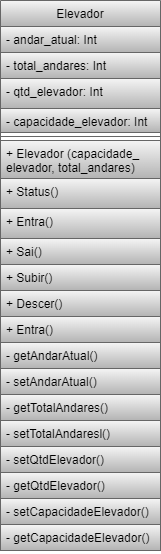
Before: Atvd.2 Predio/src/main/java/com/mycompany/predio/Diagrama Elevador.png, a diagram exported from draw.io (GSouzzaDev/ARCO-DE-TREINAMENTO-POOJAVA-2024.1-ADS-UFRN.). Source tidied: cells renumbered, new cells last; positions are measured from the earlier drawing's top-left corner, leaving out a move shared by most shapes.
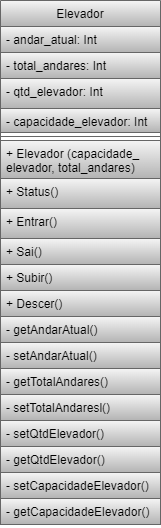
After the change.

The edit, as a diff of the source:
```diff
@@ -3,7 +3,7 @@
     <mxCell id="0" />
     <mxCell id="1" parent="0" />
     <mxCell id="2" value="Elevador" style="swimlane;fontStyle=0;align=center;verticalAlign=top;horizontal=1;startSize=26;rounded=0;shadow=0;strokeWidth=1;fillColor=#f5f5f5;strokeColor=#666666;gradientColor=#b3b3b3;" parent="1" vertex="1">
-      <mxGeometry width="160" height="550" as="geometry" />
+      <mxGeometry width="160" height="524" as="geometry" />
     </mxCell>
     <mxCell id="3" value="- andar_atual: Int" style="text;align=left;verticalAlign=top;spacingLeft=4;spacingRight=4;overflow=hidden;fillColor=#f5f5f5;gradientColor=#b3b3b3;strokeColor=#666666;" parent="2" vertex="1">
       <mxGeometry y="26" width="160" height="26" as="geometry" />
@@ -26,7 +26,7 @@
     <mxCell id="9" value="+ Status()" style="text;align=left;verticalAlign=top;spacingLeft=4;spacingRight=4;overflow=hidden;fillColor=#f5f5f5;gradientColor=#b3b3b3;strokeColor=#666666;" parent="2" vertex="1">
       <mxGeometry y="178" width="160" height="30" as="geometry" />
     </mxCell>
-    <mxCell id="10" value="+ Entra()" style="text;align=left;verticalAlign=top;spacingLeft=4;spacingRight=4;overflow=hidden;fillColor=#f5f5f5;gradientColor=#b3b3b3;strokeColor=#666666;" parent="2" vertex="1">
+    <mxCell id="10" value="+ Entrar()" style="text;align=left;verticalAlign=top;spacingLeft=4;spacingRight=4;overflow=hidden;fillColor=#f5f5f5;gradientColor=#b3b3b3;strokeColor=#666666;" parent="2" vertex="1">
       <mxGeometry y="208" width="160" height="30" as="geometry" />
     </mxCell>
     <mxCell id="11" value="+ Sai()" style="text;align=left;verticalAlign=top;spacingLeft=4;spacingRight=4;overflow=hidden;fillColor=#f5f5f5;gradientColor=#b3b3b3;strokeColor=#666666;" parent="2" vertex="1">
@@ -38,32 +38,29 @@
     <mxCell id="13" value="+ Descer()" style="text;align=left;verticalAlign=top;spacingLeft=4;spacingRight=4;overflow=hidden;fillColor=#f5f5f5;gradientColor=#b3b3b3;strokeColor=#666666;" parent="2" vertex="1">
       <mxGeometry y="290" width="160" height="26" as="geometry" />
     </mxCell>
-    <mxCell id="14" value="+ Entra()" style="text;align=left;verticalAlign=top;spacingLeft=4;spacingRight=4;overflow=hidden;fillColor=#f5f5f5;gradientColor=#b3b3b3;strokeColor=#666666;" parent="2" vertex="1">
-      <mxGeometry y="316" width="160" height="26" as="geometry" />
-    </mxCell>
     <mxCell id="15" value="- getAndarAtual()" style="text;align=left;verticalAlign=top;spacingLeft=4;spacingRight=4;overflow=hidden;fillColor=#f5f5f5;strokeColor=#666666;gradientColor=#b3b3b3;" parent="2" vertex="1">
-      <mxGeometry y="342" width="160" height="26" as="geometry" />
+      <mxGeometry y="316" width="160" height="26" as="geometry" />
     </mxCell>
     <mxCell id="16" value="- setAndarAtual()" style="text;align=left;verticalAlign=top;spacingLeft=4;spacingRight=4;overflow=hidden;fillColor=#f5f5f5;strokeColor=#666666;gradientColor=#b3b3b3;" parent="2" vertex="1">
-      <mxGeometry y="368" width="160" height="26" as="geometry" />
+      <mxGeometry y="342" width="160" height="26" as="geometry" />
     </mxCell>
     <mxCell id="17" value="- getTotalAndares()" style="text;align=left;verticalAlign=top;spacingLeft=4;spacingRight=4;overflow=hidden;fillColor=#f5f5f5;strokeColor=#666666;gradientColor=#b3b3b3;" parent="2" vertex="1">
-      <mxGeometry y="394" width="160" height="26" as="geometry" />
+      <mxGeometry y="368" width="160" height="26" as="geometry" />
     </mxCell>
     <mxCell id="18" value="- setTotalAndaresl()" style="text;align=left;verticalAlign=top;spacingLeft=4;spacingRight=4;overflow=hidden;fillColor=#f5f5f5;strokeColor=#666666;gradientColor=#b3b3b3;" parent="2" vertex="1">
-      <mxGeometry y="420" width="160" height="26" as="geometry" />
+      <mxGeometry y="394" width="160" height="26" as="geometry" />
     </mxCell>
     <mxCell id="19" value="- setQtdElevador()" style="text;align=left;verticalAlign=top;spacingLeft=4;spacingRight=4;overflow=hidden;fillColor=#f5f5f5;strokeColor=#666666;gradientColor=#b3b3b3;" parent="2" vertex="1">
-      <mxGeometry y="446" width="160" height="26" as="geometry" />
+      <mxGeometry y="420" width="160" height="26" as="geometry" />
     </mxCell>
     <mxCell id="20" value="- getQtdElevador()" style="text;align=left;verticalAlign=top;spacingLeft=4;spacingRight=4;overflow=hidden;fillColor=#f5f5f5;strokeColor=#666666;gradientColor=#b3b3b3;" parent="2" vertex="1">
-      <mxGeometry y="472" width="160" height="26" as="geometry" />
+      <mxGeometry y="446" width="160" height="26" as="geometry" />
     </mxCell>
     <mxCell id="21" value="- setCapacidadeElevador()" style="text;align=left;verticalAlign=top;spacingLeft=4;spacingRight=4;overflow=hidden;fillColor=#f5f5f5;strokeColor=#666666;gradientColor=#b3b3b3;" parent="2" vertex="1">
-      <mxGeometry y="498" width="160" height="26" as="geometry" />
+      <mxGeometry y="472" width="160" height="26" as="geometry" />
     </mxCell>
     <mxCell id="22" value="- getCapacidadeElevador()" style="text;align=left;verticalAlign=top;spacingLeft=4;spacingRight=4;overflow=hidden;fillColor=#f5f5f5;strokeColor=#666666;gradientColor=#b3b3b3;" parent="2" vertex="1">
-      <mxGeometry y="524" width="160" height="26" as="geometry" />
+      <mxGeometry y="498" width="160" height="26" as="geometry" />
     </mxCell>
   </root>
 </mxGraphModel>
```
